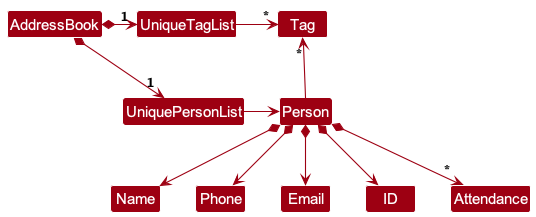
Above: docs/images/BetterModelClassDiagram.png in nus-cs2103-AY2324S1/tp (PlantUML), before the change.
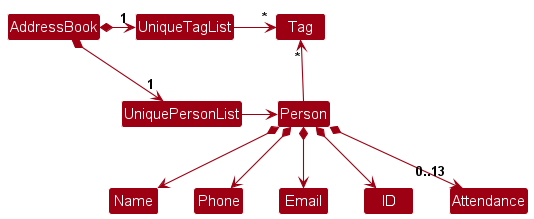
The same file after the commit.

Change to the diagram source:
```diff
@@ -18,6 +18,6 @@
 Person *--> Phone
 Person *--> Email
 Person *--> ID
-Person *--> "*" Attendance
+Person *--> "0..13" Attendance
 
 @enduml
```
